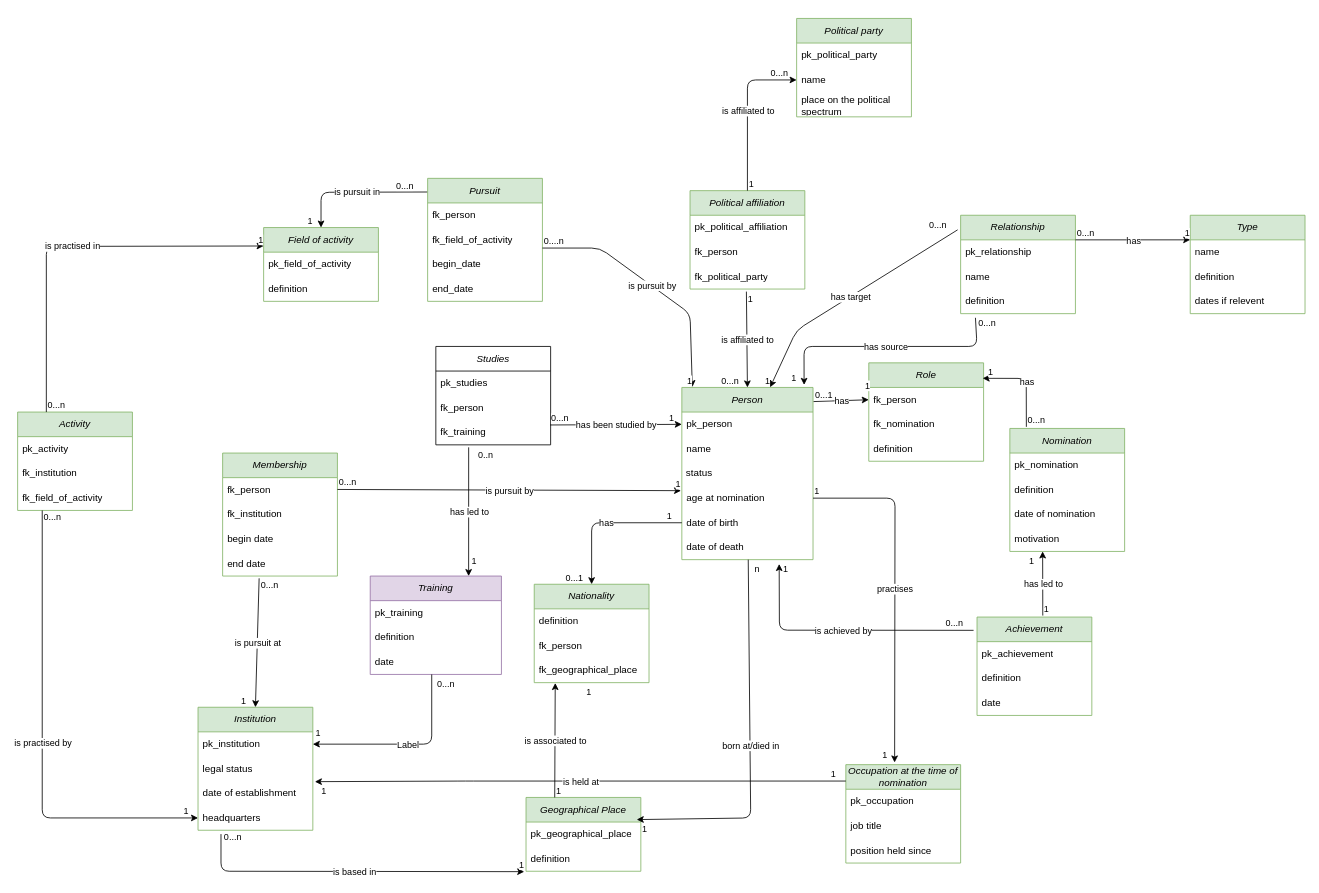
The draw.io diagram Documentation/modele_conceptuel/MCD_to_database_nobel_prize.drawio in cattina2/nobel_peace_prize, before the edit. Source tidied: cells renumbered, new cells numbered last; positions are measured from the earlier drawing's top-left corner, leaving out a move shared by most shapes. Both pictures are drawn from the tidied source at 82%, with x=0, y=0 at pixel (17, 18).
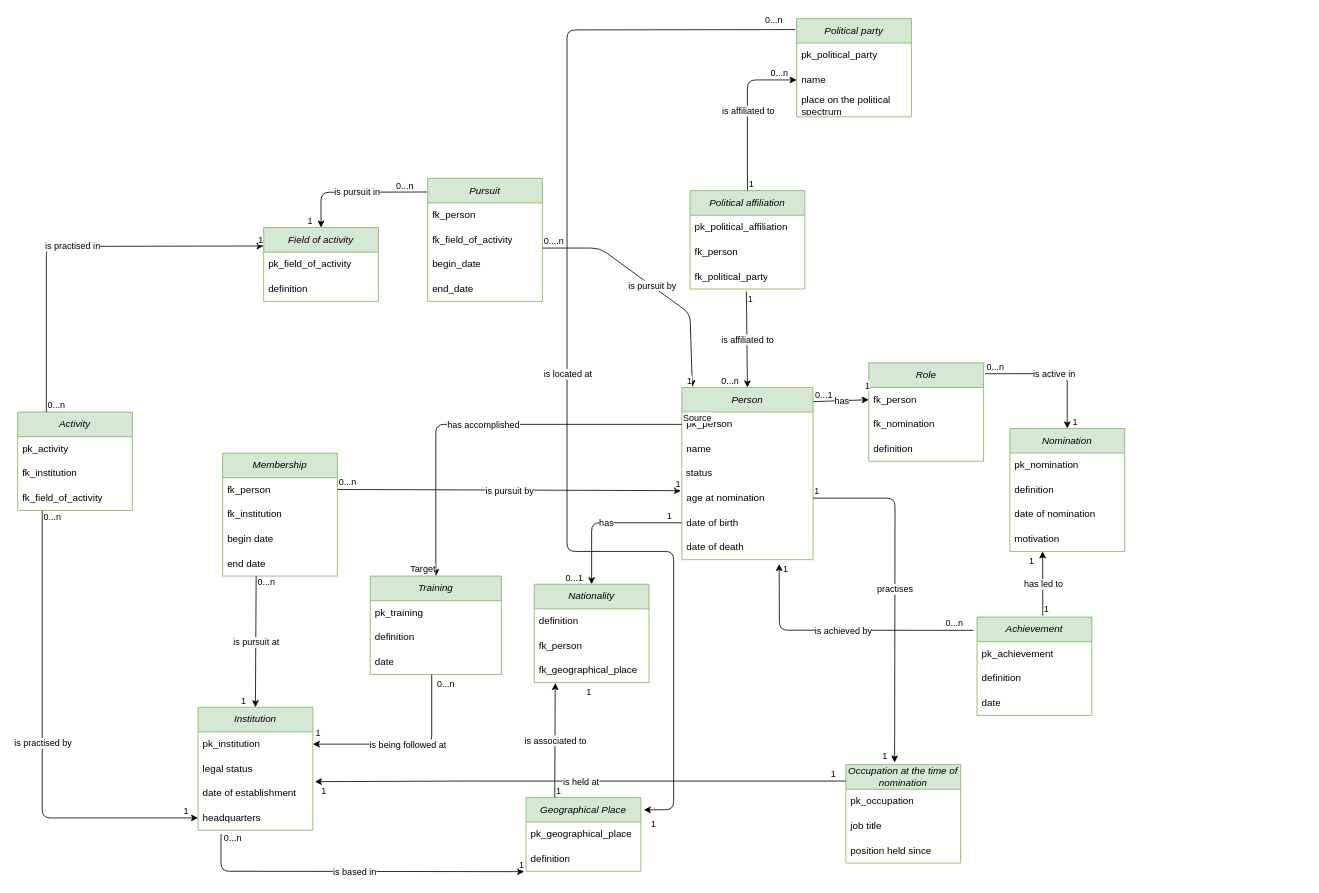
Above is the later version.

The change refers to these unchanged cells:
```xml
<mxCell id="2" value="&lt;i&gt;Person&lt;/i&gt;" style="swimlane;fontStyle=0;horizontal=1;startSize=30;whiteSpace=wrap;html=1;fillColor=#d5e8d4;strokeColor=#82b366;" parent="1" vertex="1">
  <mxGeometry x="810" y="450" width="160" height="210" as="geometry" />
</mxCell>
<mxCell id="3" value="pk_person" style="text;strokeColor=none;fillColor=none;align=left;verticalAlign=middle;spacingLeft=4;spacingRight=4;overflow=hidden;points=[[0,0.5],[1,0.5]];portConstraint=eastwest;whiteSpace=wrap;html=1;" parent="2" vertex="1">
  <mxGeometry y="30" width="160" height="30" as="geometry" />
</mxCell>
<mxCell id="9" value="&lt;i&gt;Nomination&lt;/i&gt;" style="swimlane;fontStyle=0;horizontal=1;startSize=30;whiteSpace=wrap;html=1;fillColor=#d5e8d4;strokeColor=#82b366;" parent="1" vertex="1">
  <mxGeometry x="1210" y="500" width="140" height="150" as="geometry" />
</mxCell>
<mxCell id="14" value="&lt;i&gt;Institution&lt;/i&gt;" style="swimlane;fontStyle=0;horizontal=1;startSize=30;whiteSpace=wrap;html=1;fillColor=#d5e8d4;strokeColor=#82b366;" parent="1" vertex="1">
  <mxGeometry x="220" y="840" width="140" height="150" as="geometry" />
</mxCell>
<mxCell id="19" value="&lt;i&gt;Geographical Place&lt;/i&gt;" style="swimlane;fontStyle=0;horizontal=1;startSize=30;whiteSpace=wrap;html=1;fillColor=#d5e8d4;strokeColor=#82b366;" parent="1" vertex="1">
  <mxGeometry x="620" y="950" width="140" height="90" as="geometry" />
</mxCell>
<mxCell id="41" value="&lt;i&gt;Role&lt;/i&gt;" style="swimlane;fontStyle=0;horizontal=1;startSize=30;whiteSpace=wrap;html=1;fillColor=#d5e8d4;strokeColor=#82b366;" parent="1" vertex="1">
  <mxGeometry x="1038" y="420" width="140" height="120" as="geometry" />
</mxCell>
<mxCell id="57" value="end date" style="text;strokeColor=none;fillColor=none;align=left;verticalAlign=middle;spacingLeft=4;spacingRight=4;overflow=hidden;points=[[0,0.5],[1,0.5]];portConstraint=eastwest;whiteSpace=wrap;html=1;" parent="53" vertex="1">
  <mxGeometry y="120" width="140" height="30" as="geometry" />
</mxCell>
<mxCell id="147" value="&lt;i&gt;Political party&lt;/i&gt;" style="swimlane;fontStyle=0;horizontal=1;startSize=30;whiteSpace=wrap;html=1;fillColor=#d5e8d4;strokeColor=#82b366;" parent="1" vertex="1">
  <mxGeometry x="950" width="140" height="120" as="geometry" />
</mxCell>
<mxCell id="167" style="endArrow=classic;html=1;entryX=1;entryY=0.5;entryDx=0;entryDy=0;" parent="1" edge="1" target="15">
  <mxGeometry relative="1" as="geometry">
    <mxPoint x="505" y="800" as="sourcePoint" />
    <Array as="points">
      <mxPoint x="505" y="885" />
    </Array>
  </mxGeometry>
</mxCell>
```

The edit, as a diff of the source:
```diff
@@
-    <mxCell id="33" value="&lt;i&gt;Relationship&lt;/i&gt;" style="swimlane;fontStyle=0;horizontal=1;startSize=30;whiteSpace=wrap;html=1;fillColor=#d5e8d4;strokeColor=#82b366;" parent="1" vertex="1">
-      <mxGeometry x="1150" y="240" width="140" height="120" as="geometry" />
-    </mxCell>
-    <mxCell id="34" value="pk_relationship" style="text;strokeColor=none;fillColor=none;align=left;verticalAlign=middle;spacingLeft=4;spacingRight=4;overflow=hidden;whiteSpace=wrap;html=1;" parent="33" vertex="1">
-      <mxGeometry y="30" width="140" height="30" as="geometry" />
-    </mxCell>
-    <mxCell id="35" value="name" style="text;strokeColor=none;fillColor=none;align=left;verticalAlign=middle;spacingLeft=4;spacingRight=4;overflow=hidden;whiteSpace=wrap;html=1;" parent="33" vertex="1">
-      <mxGeometry y="60" width="140" height="30" as="geometry" />
-    </mxCell>
-    <mxCell id="36" value="definition" style="text;strokeColor=none;fillColor=none;align=left;verticalAlign=middle;spacingLeft=4;spacingRight=4;overflow=hidden;points=[[0,0.5],[1,0.5]];portConstraint=eastwest;whiteSpace=wrap;html=1;" parent="33" vertex="1">
-      <mxGeometry y="90" width="140" height="30" as="geometry" />
-    </mxCell>
@@
-    <mxCell id="45" value="&lt;i&gt;Type&lt;/i&gt;" style="swimlane;fontStyle=0;horizontal=1;startSize=30;whiteSpace=wrap;html=1;fillColor=#d5e8d4;strokeColor=#82b366;" parent="1" vertex="1">
-      <mxGeometry x="1430" y="240" width="140" height="120" as="geometry" />
-    </mxCell>
-    <mxCell id="46" value="name" style="text;strokeColor=none;fillColor=none;align=left;verticalAlign=middle;spacingLeft=4;spacingRight=4;overflow=hidden;whiteSpace=wrap;html=1;" parent="45" vertex="1">
-      <mxGeometry y="30" width="140" height="30" as="geometry" />
-    </mxCell>
-    <mxCell id="47" value="definition" style="text;strokeColor=none;fillColor=none;align=left;verticalAlign=middle;spacingLeft=4;spacingRight=4;overflow=hidden;whiteSpace=wrap;html=1;" parent="45" vertex="1">
-      <mxGeometry y="60" width="140" height="30" as="geometry" />
-    </mxCell>
-    <mxCell id="48" value="dates if relevent" style="text;strokeColor=none;fillColor=none;align=left;verticalAlign=middle;spacingLeft=4;spacingRight=4;overflow=hidden;whiteSpace=wrap;html=1;" parent="45" vertex="1">
-      <mxGeometry y="90" width="140" height="30" as="geometry" />
-    </mxCell>
-    <mxCell id="49" style="endArrow=classic;html=1;exitX=1;exitY=0.25;exitDx=0;exitDy=0;entryX=0;entryY=0.25;entryDx=0;entryDy=0;" parent="1" edge="1" source="33" target="45">
-      <mxGeometry relative="1" as="geometry" />
-    </mxCell>
-    <mxCell id="50" value="has" style="edgeLabel;html=1;align=center;verticalAlign=middle;" parent="49" vertex="1">
-      <mxGeometry relative="1" as="geometry" />
-    </mxCell>
-    <mxCell id="51" value="0...n" style="edgeLabel;html=1;align=left;verticalAlign=bottom;" parent="49" vertex="1">
-      <mxGeometry x="-1" relative="1" as="geometry" />
-    </mxCell>
-    <mxCell id="52" value="1" style="edgeLabel;html=1;align=right;verticalAlign=bottom;" parent="49" vertex="1">
-      <mxGeometry x="1" relative="1" as="geometry" />
-    </mxCell>
@@
-    <mxCell id="62" style="endArrow=classic;html=1;entryX=0.5;entryY=0;entryDx=0;entryDy=0;exitX=0.318;exitY=1.092;exitDx=0;exitDy=0;exitPerimeter=0;" parent="1" edge="1" source="57" target="14">
+    <mxCell id="62" style="endArrow=classic;html=1;entryX=0.5;entryY=0;entryDx=0;entryDy=0;exitX=0.292;exitY=1.006;exitDx=0;exitDy=0;exitPerimeter=0;" parent="1" edge="1" source="57" target="14">
       <mxGeometry relative="1" as="geometry" />
     </mxCell>
@@
-    <mxCell id="74" style="endArrow=classic;html=1;" parent="1" edge="1">
-      <mxGeometry relative="1" as="geometry">
-        <mxPoint x="891" y="660" as="sourcePoint" />
-        <mxPoint x="755" y="977" as="targetPoint" />
-        <Array as="points">
-          <mxPoint x="894" y="975" />
-        </Array>
-      </mxGeometry>
-    </mxCell>
-    <mxCell id="75" value="born at/died in" style="edgeLabel;html=1;align=center;verticalAlign=middle;" parent="74" vertex="1">
-      <mxGeometry relative="1" as="geometry" />
-    </mxCell>
-    <mxCell id="76" value="n" style="edgeLabel;html=1;align=left;verticalAlign=bottom;" parent="74" vertex="1">
-      <mxGeometry x="-1" relative="1" as="geometry">
-        <mxPoint x="6" y="20" as="offset" />
-      </mxGeometry>
-    </mxCell>
-    <mxCell id="77" value="1" style="edgeLabel;html=1;align=right;verticalAlign=bottom;" parent="74" vertex="1">
-      <mxGeometry x="1" relative="1" as="geometry">
-        <mxPoint x="13" y="20" as="offset" />
-      </mxGeometry>
-    </mxCell>
@@
-    <mxCell id="82" value="Training" style="swimlane;fontStyle=2;horizontal=1;startSize=30;whiteSpace=wrap;html=1;fillColor=#e1d5e7;strokeColor=#9673a6;" parent="1" vertex="1">
+    <mxCell id="82" value="Training" style="swimlane;fontStyle=2;horizontal=1;startSize=30;whiteSpace=wrap;html=1;fillColor=#d5e8d4;strokeColor=#82b366;" parent="1" vertex="1">
       <mxGeometry x="430" y="680" width="160" height="120" as="geometry" />
     </mxCell>
@@
-    <mxCell id="103" style="endArrow=classic;html=1;exitX=0.144;exitY=-0.013;exitDx=0;exitDy=0;exitPerimeter=0;entryX=0.992;entryY=0.157;entryDx=0;entryDy=0;entryPerimeter=0;" parent="1" edge="1" source="9" target="41">
+    <mxCell id="103" style="endArrow=classic;html=1;exitX=1.013;exitY=0.111;exitDx=0;exitDy=0;exitPerimeter=0;entryX=0.5;entryY=0;entryDx=0;entryDy=0;" parent="1" edge="1" source="41" target="9">
       <mxGeometry relative="1" as="geometry">
         <Array as="points">
-          <mxPoint x="1230" y="439" />
+          <mxPoint x="1280" y="433" />
         </Array>
       </mxGeometry>
     </mxCell>
-    <mxCell id="104" value="has" style="edgeLabel;html=1;align=center;verticalAlign=middle;" parent="103" vertex="1">
+    <mxCell id="104" value="is active in" style="edgeLabel;html=1;align=center;verticalAlign=middle;" parent="103" vertex="1">
       <mxGeometry relative="1" as="geometry" />
     </mxCell>
@@
-    <mxCell id="123" style="endArrow=classic;html=1;exitX=0.129;exitY=1.169;exitDx=0;exitDy=0;exitPerimeter=0;entryX=0.932;entryY=-0.015;entryDx=0;entryDy=0;entryPerimeter=0;" parent="1" edge="1" source="36" target="2">
-      <mxGeometry relative="1" as="geometry">
-        <Array as="points">
-          <mxPoint x="1170" y="400" />
-          <mxPoint x="959" y="400" />
-        </Array>
-      </mxGeometry>
-    </mxCell>
-    <mxCell id="124" value="has source" style="edgeLabel;html=1;align=center;verticalAlign=middle;" parent="123" vertex="1">
-      <mxGeometry relative="1" as="geometry" />
-    </mxCell>
-    <mxCell id="125" value="0...n" style="edgeLabel;html=1;align=left;verticalAlign=bottom;" parent="123" vertex="1">
-      <mxGeometry x="-1" relative="1" as="geometry">
-        <mxPoint x="2" y="15" as="offset" />
-      </mxGeometry>
-    </mxCell>
-    <mxCell id="126" value="1" style="edgeLabel;html=1;align=right;verticalAlign=bottom;" parent="123" vertex="1">
-      <mxGeometry x="1" relative="1" as="geometry">
-        <mxPoint x="-9" as="offset" />
-      </mxGeometry>
-    </mxCell>
-    <mxCell id="127" style="endArrow=classic;html=1;exitX=-0.026;exitY=0.148;exitDx=0;exitDy=0;exitPerimeter=0;entryX=0.673;entryY=-0.001;entryDx=0;entryDy=0;entryPerimeter=0;" parent="1" edge="1" source="33" target="2">
-      <mxGeometry relative="1" as="geometry">
-        <Array as="points">
-          <mxPoint x="950" y="380" />
-        </Array>
-      </mxGeometry>
-    </mxCell>
-    <mxCell id="128" value="has target" style="edgeLabel;html=1;align=center;verticalAlign=middle;" parent="127" vertex="1">
-      <mxGeometry relative="1" as="geometry" />
-    </mxCell>
-    <mxCell id="129" value="0...n" style="edgeLabel;html=1;align=left;verticalAlign=bottom;" parent="127" vertex="1">
-      <mxGeometry x="-1" relative="1" as="geometry">
-        <mxPoint x="-36" y="2" as="offset" />
-      </mxGeometry>
-    </mxCell>
-    <mxCell id="130" value="1" style="edgeLabel;html=1;align=right;verticalAlign=bottom;" parent="127" vertex="1">
-      <mxGeometry x="1" relative="1" as="geometry" />
-    </mxCell>
@@
-    <mxCell id="159" value="&lt;i&gt;Studies&lt;/i&gt;" style="swimlane;fontStyle=0;horizontal=1;startSize=30;whiteSpace=wrap;html=1;" parent="1" vertex="1">
-      <mxGeometry x="510" y="400" width="140" height="120" as="geometry" />
-    </mxCell>
-    <mxCell id="160" value="pk_studies" style="text;strokeColor=none;fillColor=none;align=left;verticalAlign=middle;spacingLeft=4;spacingRight=4;overflow=hidden;whiteSpace=wrap;html=1;" parent="159" vertex="1">
-      <mxGeometry y="30" width="140" height="30" as="geometry" />
-    </mxCell>
-    <mxCell id="161" value="fk_person" style="text;strokeColor=none;fillColor=none;align=left;verticalAlign=middle;spacingLeft=4;spacingRight=4;overflow=hidden;whiteSpace=wrap;html=1;" parent="159" vertex="1">
-      <mxGeometry y="60" width="140" height="30" as="geometry" />
-    </mxCell>
-    <mxCell id="162" value="fk_training" style="text;strokeColor=none;fillColor=none;align=left;verticalAlign=middle;spacingLeft=4;spacingRight=4;overflow=hidden;points=[[0,0.5],[1,0.5]];portConstraint=eastwest;whiteSpace=wrap;html=1;" parent="159" vertex="1">
-      <mxGeometry y="90" width="140" height="30" as="geometry" />
-    </mxCell>
-    <mxCell id="163" style="endArrow=classic;html=1;exitX=0.996;exitY=0.192;exitDx=0;exitDy=0;entryX=0;entryY=0.5;entryDx=0;entryDy=0;exitPerimeter=0;" parent="1" edge="1" source="162" target="3">
-      <mxGeometry relative="1" as="geometry" />
-    </mxCell>
-    <mxCell id="164" value="has been studied by" style="edgeLabel;html=1;align=center;verticalAlign=middle;" parent="163" vertex="1">
-      <mxGeometry relative="1" as="geometry" />
-    </mxCell>
-    <mxCell id="165" value="0...n" style="edgeLabel;html=1;align=left;verticalAlign=bottom;" parent="163" vertex="1">
-      <mxGeometry x="-1" relative="1" as="geometry" />
-    </mxCell>
-    <mxCell id="166" value="1" style="edgeLabel;html=1;align=right;verticalAlign=bottom;" parent="163" vertex="1">
-      <mxGeometry x="1" relative="1" as="geometry">
-        <mxPoint x="-9" as="offset" />
-      </mxGeometry>
-    </mxCell>
@@
-    <mxCell id="168" value="Label" style="edgeLabel;html=1;align=center;verticalAlign=middle;" parent="167" vertex="1">
+    <mxCell id="168" value="is being followed at" style="edgeLabel;html=1;align=center;verticalAlign=middle;" parent="167" vertex="1">
       <mxGeometry relative="1" as="geometry" />
     </mxCell>
@@
-    <mxCell id="171" style="endArrow=classic;html=1;exitX=0.286;exitY=1.101;exitDx=0;exitDy=0;exitPerimeter=0;entryX=0.75;entryY=0;entryDx=0;entryDy=0;" parent="1" edge="1" source="162" target="82">
-      <mxGeometry relative="1" as="geometry" />
-    </mxCell>
-    <mxCell id="172" value="has led to" style="edgeLabel;html=1;align=center;verticalAlign=middle;" parent="171" vertex="1">
-      <mxGeometry relative="1" as="geometry" />
-    </mxCell>
-    <mxCell id="173" value="0..n" style="edgeLabel;html=1;align=left;verticalAlign=bottom;" parent="171" vertex="1">
-      <mxGeometry x="-1" relative="1" as="geometry">
-        <mxPoint x="10" y="17" as="offset" />
-      </mxGeometry>
-    </mxCell>
-    <mxCell id="174" value="1" style="edgeLabel;html=1;align=right;verticalAlign=bottom;" parent="171" vertex="1">
-      <mxGeometry x="1" relative="1" as="geometry">
-        <mxPoint x="10" y="-10" as="offset" />
+    <mxCell id="174" style="endArrow=classic;html=1;exitX=0;exitY=0.5;exitDx=0;exitDy=0;entryX=0.5;entryY=0;entryDx=0;entryDy=0;" parent="1" edge="1" source="3" target="82">
+      <mxGeometry relative="1" as="geometry">
+        <Array as="points">
+          <mxPoint x="510" y="495" />
+        </Array>
       </mxGeometry>
     </mxCell>
+    <mxCell id="175" value="has accomplished" style="edgeLabel;html=1;align=center;verticalAlign=middle;" parent="174" vertex="1">
+      <mxGeometry relative="1" as="geometry" />
+    </mxCell>
+    <mxCell id="176" value="Source" style="edgeLabel;html=1;align=left;verticalAlign=bottom;" parent="174" vertex="1">
+      <mxGeometry x="-1" relative="1" as="geometry" />
+    </mxCell>
+    <mxCell id="177" value="Target" style="edgeLabel;html=1;align=right;verticalAlign=bottom;" parent="174" vertex="1">
+      <mxGeometry x="1" relative="1" as="geometry" />
+    </mxCell>
+    <mxCell id="178" style="endArrow=classic;html=1;exitX=-0.013;exitY=0.113;exitDx=0;exitDy=0;exitPerimeter=0;entryX=1.026;entryY=0.168;entryDx=0;entryDy=0;entryPerimeter=0;" parent="1" edge="1" source="147" target="19">
+      <mxGeometry relative="1" as="geometry">
+        <Array as="points">
+          <mxPoint x="670" y="14" />
+          <mxPoint x="670" y="650" />
+          <mxPoint x="800" y="650" />
+          <mxPoint x="800" y="965" />
+        </Array>
+      </mxGeometry>
+    </mxCell>
+    <mxCell id="179" value="is located at" style="edgeLabel;html=1;align=center;verticalAlign=middle;" parent="178" vertex="1">
+      <mxGeometry relative="1" as="geometry" />
+    </mxCell>
+    <mxCell id="180" value="0...n" style="edgeLabel;html=1;align=left;verticalAlign=bottom;" parent="178" vertex="1">
+      <mxGeometry x="-1" relative="1" as="geometry">
+        <mxPoint x="-38" y="-4" as="offset" />
+      </mxGeometry>
+    </mxCell>
+    <mxCell id="181" value="1" style="edgeLabel;html=1;align=right;verticalAlign=bottom;" parent="178" vertex="1">
+      <mxGeometry x="1" relative="1" as="geometry">
+        <mxPoint x="16" y="25" as="offset" />
+      </mxGeometry>
+    </mxCell>
```
